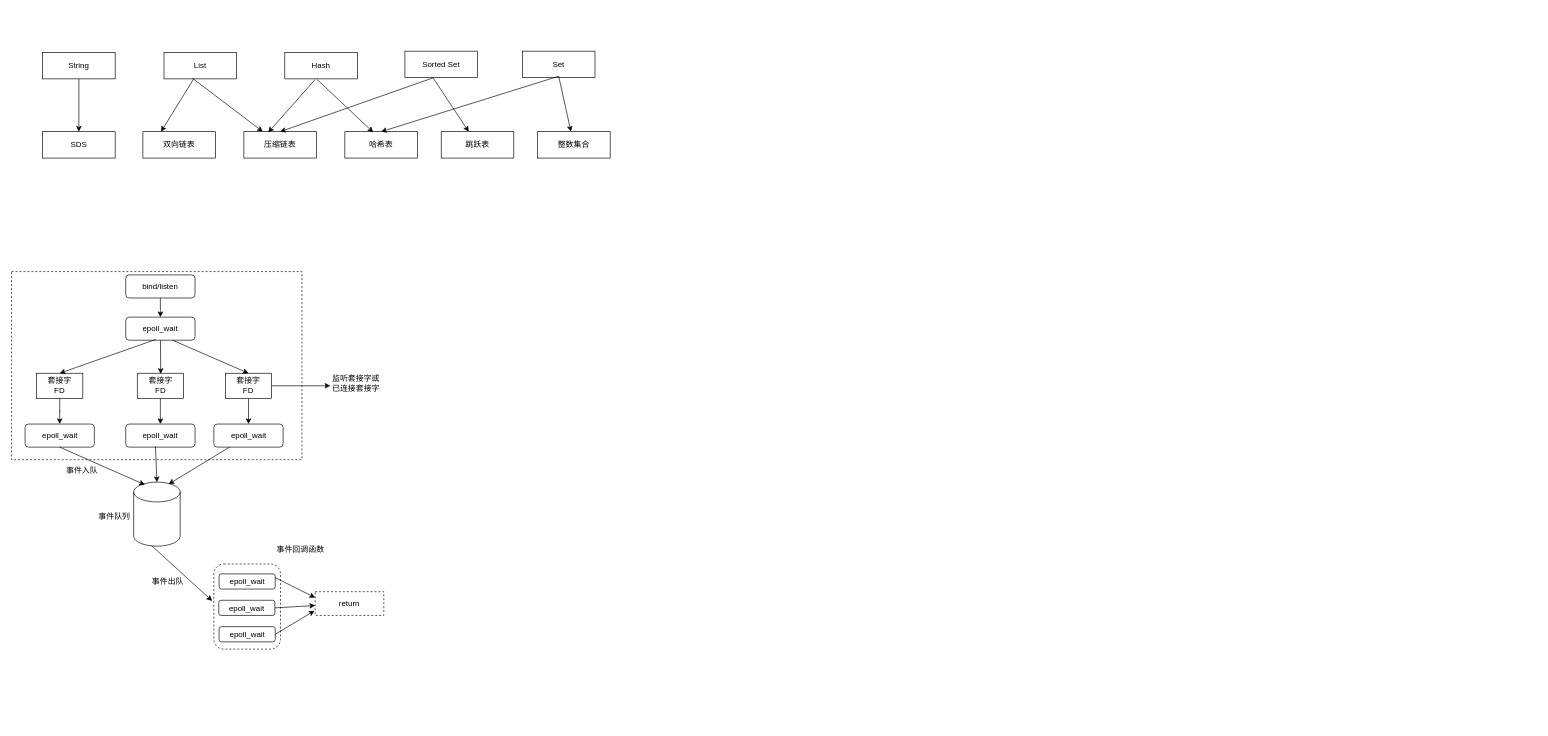
This is Redis/redis.drawio from began-zhao/studydraw, a draw.io file, before an edit. Source tidied: cells renumbered, new cells numbered last; positions are measured from the earlier drawing's top-left corner, leaving out a move shared by most shapes. Both pictures are drawn from the tidied source at 66%, with x=0, y=0 at pixel (11, 51).
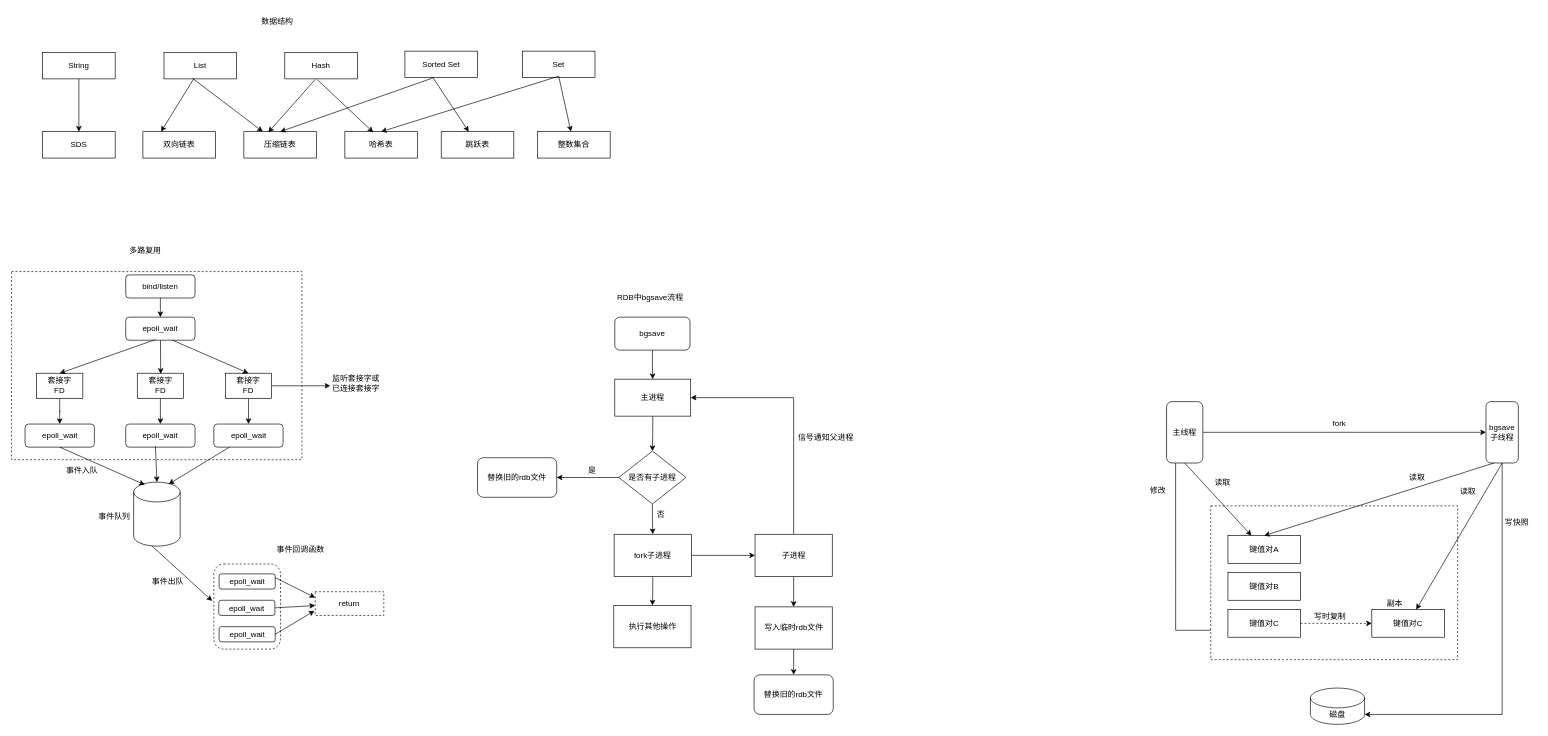
The same page after the edit.

Diff of the diagram source:
```diff
@@
+    <mxCell id="57" style="edgeStyle=orthogonalEdgeStyle;rounded=0;jettySize=auto;html=1;exitX=0.5;exitY=1;exitDx=0;exitDy=0;entryX=0.5;entryY=0;entryDx=0;entryDy=0;" parent="1" edge="1" source="58" target="60">
+      <mxGeometry relative="1" as="geometry" />
+    </mxCell>
+    <mxCell id="58" value="bgsave" style="rounded=1;whiteSpace=wrap;html=1;" parent="1" vertex="1">
+      <mxGeometry x="914" y="403" width="114" height="50" as="geometry" />
+    </mxCell>
+    <mxCell id="59" style="edgeStyle=orthogonalEdgeStyle;rounded=0;jettySize=auto;html=1;exitX=0.5;exitY=1;exitDx=0;exitDy=0;" parent="1" edge="1" source="60" target="63">
+      <mxGeometry relative="1" as="geometry" />
+    </mxCell>
+    <mxCell id="60" value="主进程" style="rounded=0;whiteSpace=wrap;html=1;" parent="1" vertex="1">
+      <mxGeometry x="914" y="497" width="115" height="56" as="geometry" />
+    </mxCell>
+    <mxCell id="61" style="edgeStyle=orthogonalEdgeStyle;rounded=0;jettySize=auto;html=1;exitX=0.5;exitY=1;exitDx=0;exitDy=0;" parent="1" edge="1" source="63" target="66">
+      <mxGeometry relative="1" as="geometry" />
+    </mxCell>
+    <mxCell id="62" style="edgeStyle=orthogonalEdgeStyle;rounded=0;jettySize=auto;html=1;exitX=0;exitY=0.5;exitDx=0;exitDy=0;" parent="1" edge="1" source="63" target="74">
+      <mxGeometry relative="1" as="geometry" />
+    </mxCell>
+    <mxCell id="63" value="是否有子进程" style="rhombus;whiteSpace=wrap;html=1;" parent="1" vertex="1">
+      <mxGeometry x="920" y="606" width="102" height="80" as="geometry" />
+    </mxCell>
+    <mxCell id="64" style="edgeStyle=orthogonalEdgeStyle;rounded=0;jettySize=auto;html=1;entryX=0.5;entryY=0;entryDx=0;entryDy=0;" parent="1" edge="1" source="66" target="67">
+      <mxGeometry relative="1" as="geometry" />
+    </mxCell>
+    <mxCell id="65" style="edgeStyle=orthogonalEdgeStyle;rounded=0;jettySize=auto;html=1;exitX=1;exitY=0.5;exitDx=0;exitDy=0;entryX=0;entryY=0.5;entryDx=0;entryDy=0;" parent="1" edge="1" source="66" target="70">
+      <mxGeometry relative="1" as="geometry" />
+    </mxCell>
+    <mxCell id="66" value="fork子进程" style="rounded=0;whiteSpace=wrap;html=1;" parent="1" vertex="1">
+      <mxGeometry x="913" y="732" width="117" height="64" as="geometry" />
+    </mxCell>
+    <mxCell id="67" value="执行其他操作" style="rounded=0;whiteSpace=wrap;html=1;" parent="1" vertex="1">
+      <mxGeometry x="912.5" y="840" width="117" height="64" as="geometry" />
+    </mxCell>
+    <mxCell id="68" style="edgeStyle=orthogonalEdgeStyle;rounded=0;jettySize=auto;html=1;exitX=0.5;exitY=0;exitDx=0;exitDy=0;entryX=1;entryY=0.5;entryDx=0;entryDy=0;" parent="1" edge="1" source="70" target="60">
+      <mxGeometry relative="1" as="geometry" />
+    </mxCell>
+    <mxCell id="69" style="edgeStyle=orthogonalEdgeStyle;rounded=0;jettySize=auto;html=1;exitX=0.5;exitY=1;exitDx=0;exitDy=0;entryX=0.5;entryY=0;entryDx=0;entryDy=0;" parent="1" edge="1" source="70" target="72">
+      <mxGeometry relative="1" as="geometry" />
+    </mxCell>
+    <mxCell id="70" value="子进程" style="rounded=0;whiteSpace=wrap;html=1;" parent="1" vertex="1">
+      <mxGeometry x="1126.5" y="732" width="117" height="64" as="geometry" />
+    </mxCell>
+    <mxCell id="71" style="edgeStyle=orthogonalEdgeStyle;rounded=0;jettySize=auto;html=1;exitX=0.5;exitY=1;exitDx=0;exitDy=0;entryX=0.5;entryY=0;entryDx=0;entryDy=0;" parent="1" edge="1" source="72" target="73">
+      <mxGeometry relative="1" as="geometry" />
+    </mxCell>
+    <mxCell id="72" value="写入临时rdb文件" style="rounded=0;whiteSpace=wrap;html=1;" parent="1" vertex="1">
+      <mxGeometry x="1126.5" y="842" width="117" height="64" as="geometry" />
+    </mxCell>
+    <mxCell id="73" value="替换旧的rdb文件" style="rounded=1;whiteSpace=wrap;html=1;" parent="1" vertex="1">
+      <mxGeometry x="1125" y="945" width="120" height="60" as="geometry" />
+    </mxCell>
+    <mxCell id="74" value="替换旧的rdb文件" style="rounded=1;whiteSpace=wrap;html=1;" parent="1" vertex="1">
+      <mxGeometry x="706" y="616" width="120" height="60" as="geometry" />
+    </mxCell>
+    <mxCell id="75" value="信号通知父进程" style="text;html=1;strokeColor=none;fillColor=none;align=center;verticalAlign=middle;whiteSpace=wrap;rounded=0;" parent="1" vertex="1">
+      <mxGeometry x="1180" y="570" width="108" height="30" as="geometry" />
+    </mxCell>
+    <mxCell id="76" value="是" style="text;html=1;strokeColor=none;fillColor=none;align=center;verticalAlign=middle;whiteSpace=wrap;rounded=0;" parent="1" vertex="1">
+      <mxGeometry x="863" y="626.5" width="34" height="19" as="geometry" />
+    </mxCell>
+    <mxCell id="77" value="否" style="text;html=1;strokeColor=none;fillColor=none;align=center;verticalAlign=middle;whiteSpace=wrap;rounded=0;" parent="1" vertex="1">
+      <mxGeometry x="964" y="688.8" width="40" height="25.5" as="geometry" />
+    </mxCell>
+    <mxCell id="78" value="数据结构" style="text;html=1;strokeColor=none;fillColor=none;align=center;verticalAlign=middle;whiteSpace=wrap;rounded=0;" parent="1" vertex="1">
+      <mxGeometry x="373" y="-60" width="60" height="30" as="geometry" />
+    </mxCell>
+    <mxCell id="79" value="多路复用" style="text;html=1;strokeColor=none;fillColor=none;align=center;verticalAlign=middle;whiteSpace=wrap;rounded=0;" parent="1" vertex="1">
+      <mxGeometry x="173" y="288" width="60" height="30" as="geometry" />
+    </mxCell>
+    <mxCell id="80" value="RDB中bgsave流程" style="text;html=1;strokeColor=none;fillColor=none;align=center;verticalAlign=middle;whiteSpace=wrap;rounded=0;" parent="1" vertex="1">
+      <mxGeometry x="902" y="359" width="131.5" height="30" as="geometry" />
+    </mxCell>
+    <mxCell id="81" style="edgeStyle=orthogonalEdgeStyle;rounded=0;jettySize=auto;html=1;exitX=1;exitY=0.5;exitDx=0;exitDy=0;entryX=0;entryY=0.5;entryDx=0;entryDy=0;" parent="1" edge="1" source="83" target="85">
+      <mxGeometry relative="1" as="geometry" />
+    </mxCell>
+    <mxCell id="82" style="edgeStyle=orthogonalEdgeStyle;rounded=0;jettySize=auto;html=1;exitX=0.25;exitY=1;exitDx=0;exitDy=0;entryX=0;entryY=0.75;entryDx=0;entryDy=0;" parent="1" edge="1" source="83" target="90">
+      <mxGeometry relative="1" as="geometry" />
+    </mxCell>
+    <mxCell id="83" value="主线程" style="rounded=1;whiteSpace=wrap;html=1;" parent="1" vertex="1">
+      <mxGeometry x="1750" y="531" width="55" height="93" as="geometry" />
+    </mxCell>
+    <mxCell id="84" style="edgeStyle=orthogonalEdgeStyle;rounded=0;jettySize=auto;html=1;exitX=0.5;exitY=1;exitDx=0;exitDy=0;entryX=1;entryY=1;entryDx=0;entryDy=-15;entryPerimeter=0;" parent="1" edge="1" source="85" target="92">
+      <mxGeometry relative="1" as="geometry" />
+    </mxCell>
+    <mxCell id="85" value="bgsave子线程" style="rounded=1;whiteSpace=wrap;html=1;" parent="1" vertex="1">
+      <mxGeometry x="2234" y="531" width="49" height="93" as="geometry" />
+    </mxCell>
+    <mxCell id="86" style="rounded=0;whiteSpace=wrap;html=1;dashed=1;" parent="1" vertex="1">
+      <mxGeometry x="1817" y="689" width="374" height="233" as="geometry" />
+    </mxCell>
+    <mxCell id="87" value="键值对A" style="rounded=0;whiteSpace=wrap;html=1;" parent="1" vertex="1">
+      <mxGeometry x="1843" y="734" width="110" height="42" as="geometry" />
+    </mxCell>
+    <mxCell id="88" value="键值对B" style="rounded=0;whiteSpace=wrap;html=1;" parent="1" vertex="1">
+      <mxGeometry x="1843" y="790" width="110" height="42" as="geometry" />
+    </mxCell>
+    <mxCell id="89" style="edgeStyle=orthogonalEdgeStyle;rounded=0;jettySize=auto;html=1;exitX=1;exitY=0.5;exitDx=0;exitDy=0;entryX=0;entryY=0.5;entryDx=0;entryDy=0;dashed=1;" parent="1" edge="1" source="90" target="91">
+      <mxGeometry relative="1" as="geometry" />
+    </mxCell>
+    <mxCell id="90" value="键值对C" style="rounded=0;whiteSpace=wrap;html=1;" parent="1" vertex="1">
+      <mxGeometry x="1843" y="846" width="110" height="42" as="geometry" />
+    </mxCell>
+    <mxCell id="91" value="键值对C" style="rounded=0;whiteSpace=wrap;html=1;" parent="1" vertex="1">
+      <mxGeometry x="2061" y="846" width="110" height="42" as="geometry" />
+    </mxCell>
+    <mxCell id="92" value="磁盘" style="shape=cylinder3;whiteSpace=wrap;html=1;boundedLbl=1;backgroundOutline=1;size=15;" parent="1" vertex="1">
+      <mxGeometry x="1968" y="965" width="82" height="55" as="geometry" />
+    </mxCell>
+    <mxCell id="93" value="fork" style="text;html=1;strokeColor=none;fillColor=none;align=center;verticalAlign=middle;whiteSpace=wrap;rounded=0;" parent="1" vertex="1">
+      <mxGeometry x="1982" y="549" width="60" height="30" as="geometry" />
+    </mxCell>
+    <mxCell id="94" style="endArrow=classic;html=1;rounded=0;exitX=0.5;exitY=1;exitDx=0;exitDy=0;" parent="1" edge="1" source="83" target="87">
+      <mxGeometry relative="1" as="geometry" />
+    </mxCell>
+    <mxCell id="95" style="endArrow=classic;html=1;rounded=0;entryX=0.5;entryY=0;entryDx=0;entryDy=0;exitX=0.25;exitY=1;exitDx=0;exitDy=0;" parent="1" edge="1" source="85" target="87">
+      <mxGeometry relative="1" as="geometry" />
+    </mxCell>
+    <mxCell id="96" style="endArrow=classic;html=1;rounded=0;exitX=0.5;exitY=1;exitDx=0;exitDy=0;" parent="1" edge="1" source="85" target="91">
+      <mxGeometry relative="1" as="geometry" />
+    </mxCell>
+    <mxCell id="97" value="读取" style="text;html=1;strokeColor=none;fillColor=none;align=center;verticalAlign=middle;whiteSpace=wrap;rounded=0;" parent="1" vertex="1">
+      <mxGeometry x="1805" y="639" width="60" height="30" as="geometry" />
+    </mxCell>
+    <mxCell id="98" value="读取" style="text;html=1;strokeColor=none;fillColor=none;align=center;verticalAlign=middle;whiteSpace=wrap;rounded=0;" parent="1" vertex="1">
+      <mxGeometry x="2100" y="631" width="60" height="30" as="geometry" />
+    </mxCell>
+    <mxCell id="99" value="读取" style="text;html=1;strokeColor=none;fillColor=none;align=center;verticalAlign=middle;whiteSpace=wrap;rounded=0;" parent="1" vertex="1">
+      <mxGeometry x="2177" y="653" width="60" height="30" as="geometry" />
+    </mxCell>
+    <mxCell id="100" value="修改" style="text;html=1;strokeColor=none;fillColor=none;align=center;verticalAlign=middle;whiteSpace=wrap;rounded=0;" parent="1" vertex="1">
+      <mxGeometry x="1707" y="651" width="60" height="30" as="geometry" />
+    </mxCell>
+    <mxCell id="101" value="写快照" style="text;html=1;strokeColor=none;fillColor=none;align=center;verticalAlign=middle;whiteSpace=wrap;rounded=0;" parent="1" vertex="1">
+      <mxGeometry x="2251" y="700" width="60" height="30" as="geometry" />
+    </mxCell>
+    <mxCell id="102" value="副本" style="text;html=1;strokeColor=none;fillColor=none;align=center;verticalAlign=middle;whiteSpace=wrap;rounded=0;" parent="1" vertex="1">
+      <mxGeometry x="2066" y="822" width="60" height="30" as="geometry" />
+    </mxCell>
+    <mxCell id="103" value="写时复制" style="text;html=1;strokeColor=none;fillColor=none;align=center;verticalAlign=middle;whiteSpace=wrap;rounded=0;" parent="1" vertex="1">
+      <mxGeometry x="1968" y="842" width="60" height="30" as="geometry" />
+    </mxCell>
```
